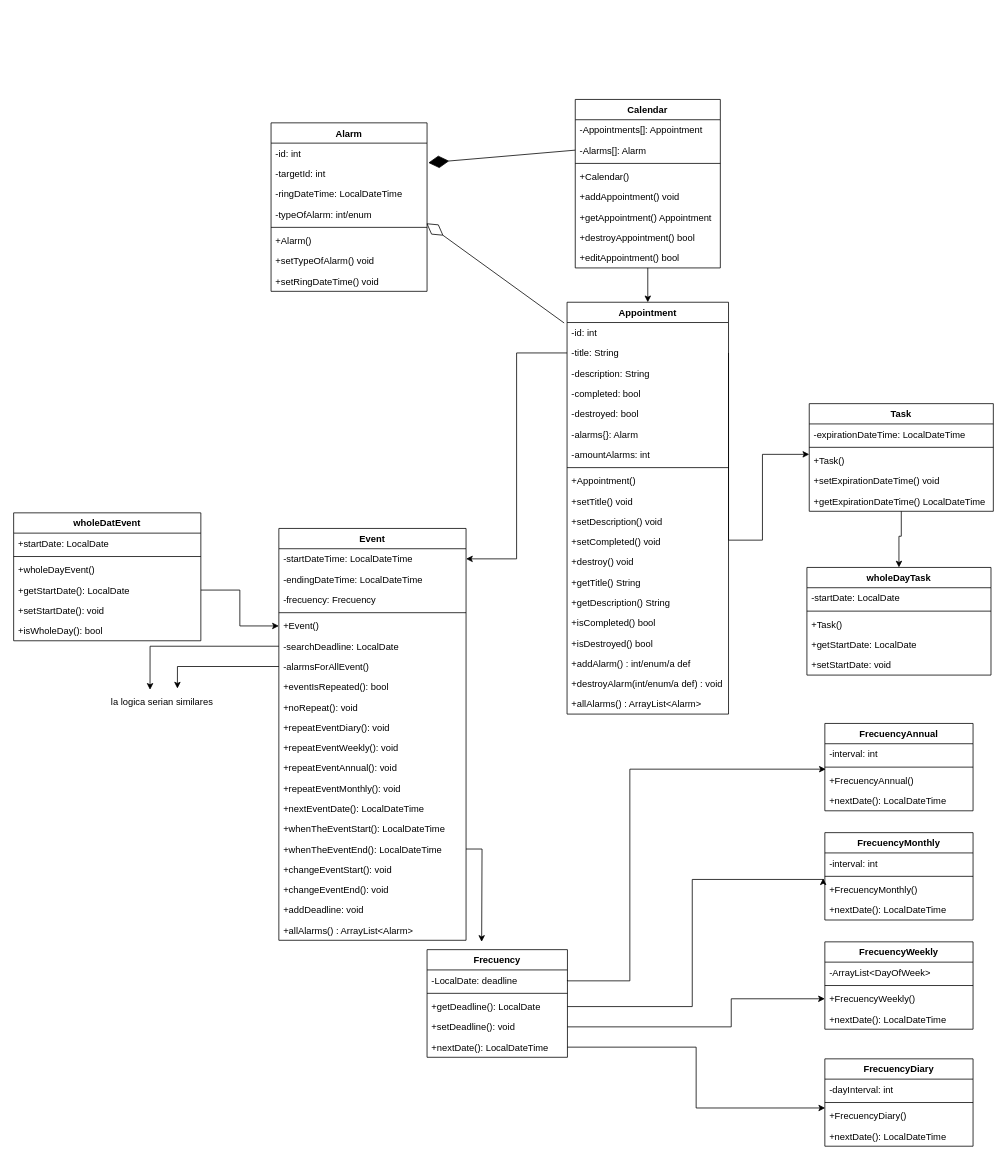
This is doc/UML-Calendar_Class_Diagram.drawio from gmenendez0/Calendar, a draw.io file, before an edit. Source tidied: cells renumbered, new cells numbered last; positions are measured from the earlier drawing's top-left corner, leaving out a move shared by most shapes. Both pictures are drawn from the tidied source at 78%, with x=0, y=0 at pixel (13, 99).
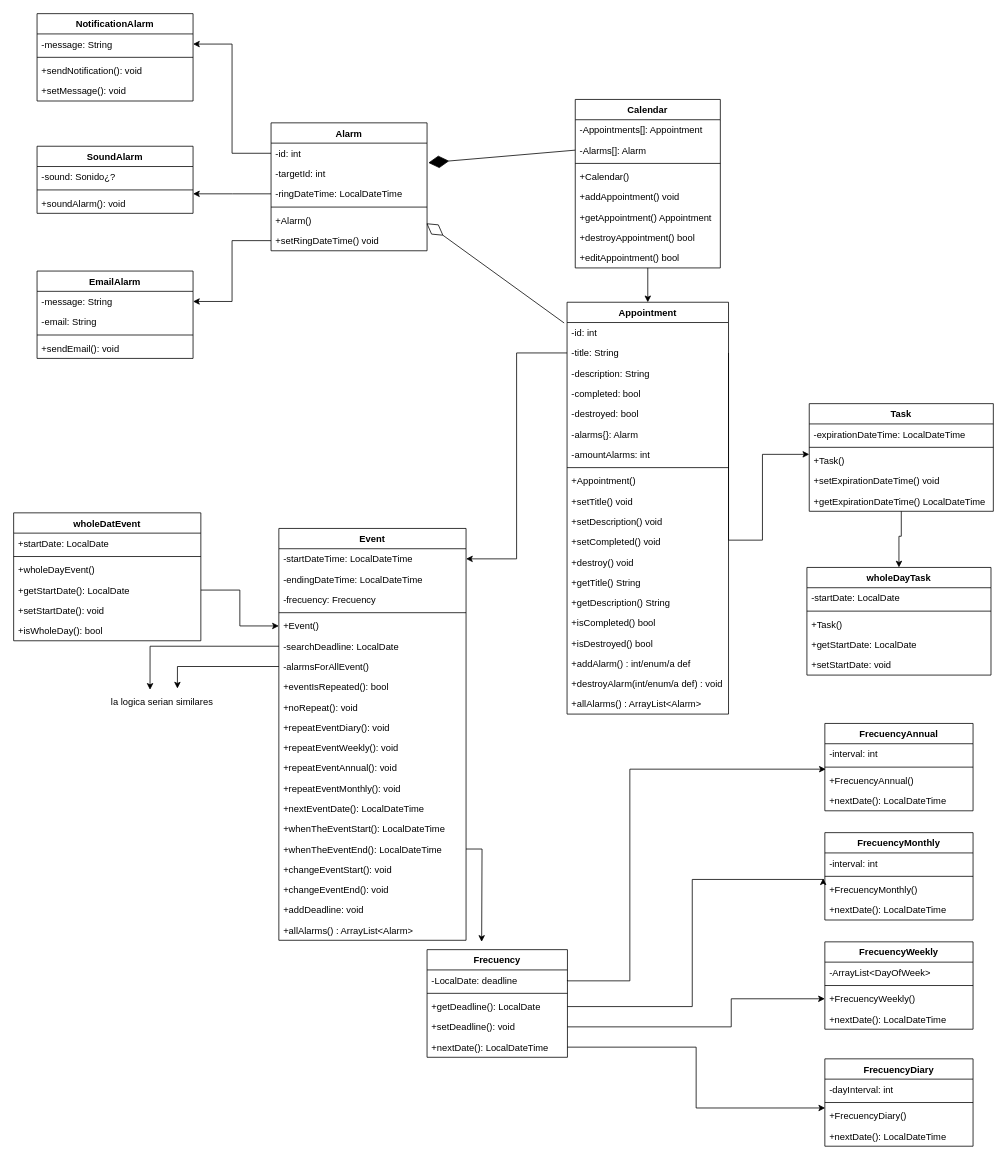
The same diagram, later.

Commit message (it also covers changes not shown here):
UML con alarmas

Unchanged cells that the change refers to:
```xml
<mxCell id="42" value="-id: int" style="text;strokeColor=none;fillColor=none;align=left;verticalAlign=top;spacingLeft=4;spacingRight=4;overflow=hidden;points=[[0,0.5],[1,0.5]];portConstraint=eastwest;" parent="41" vertex="1">
  <mxGeometry y="26" width="207" height="26" as="geometry" />
</mxCell>
<mxCell id="63" value="-id: int&#10;" style="text;strokeColor=none;fillColor=none;align=left;verticalAlign=top;spacingLeft=4;spacingRight=4;overflow=hidden;points=[[0,0.5],[1,0.5]];portConstraint=eastwest;" parent="62" vertex="1">
  <mxGeometry y="26" width="200" height="26" as="geometry" />
</mxCell>
<mxCell id="65" value="-ringDateTime: LocalDateTime" style="text;strokeColor=none;fillColor=none;align=left;verticalAlign=top;spacingLeft=4;spacingRight=4;overflow=hidden;points=[[0,0.5],[1,0.5]];portConstraint=eastwest;" parent="62" vertex="1">
  <mxGeometry y="78" width="200" height="26" as="geometry" />
</mxCell>
```

The edit, as a diff of the source:
```diff
@@
     <mxCell id="62" value="Alarm" style="swimlane;fontStyle=1;align=center;verticalAlign=top;horizontal=1;startSize=26;" parent="1" vertex="1">
-      <mxGeometry x="330" y="30" width="200" height="216" as="geometry" />
+      <mxGeometry x="330" y="30" width="200" height="164" as="geometry" />
     </mxCell>
@@
-    <mxCell id="66" value="-typeOfAlarm: int/enum" style="text;strokeColor=none;fillColor=none;align=left;verticalAlign=top;spacingLeft=4;spacingRight=4;overflow=hidden;points=[[0,0.5],[1,0.5]];portConstraint=eastwest;" parent="62" vertex="1">
-      <mxGeometry y="104" width="200" height="26" as="geometry" />
-    </mxCell>
     <mxCell id="67" style="line;strokeWidth=1;fillColor=none;align=left;verticalAlign=middle;spacingTop=-1;spacingLeft=3;spacingRight=3;labelPosition=right;strokeColor=inherit;" parent="62" vertex="1">
-      <mxGeometry y="130" width="200" height="8" as="geometry" />
+      <mxGeometry y="104" width="200" height="8" as="geometry" />
     </mxCell>
     <mxCell id="68" value="+Alarm()" style="text;strokeColor=none;fillColor=none;align=left;verticalAlign=top;spacingLeft=4;spacingRight=4;overflow=hidden;" parent="62" vertex="1">
-      <mxGeometry y="138" width="200" height="26" as="geometry" />
+      <mxGeometry y="112" width="200" height="26" as="geometry" />
     </mxCell>
-    <mxCell id="69" value="+setTypeOfAlarm() void" style="text;strokeColor=none;fillColor=none;align=left;verticalAlign=top;spacingLeft=4;spacingRight=4;overflow=hidden;" parent="62" vertex="1">
-      <mxGeometry y="164" width="200" height="26" as="geometry" />
-    </mxCell>
     <mxCell id="70" value="+setRingDateTime() void" style="text;strokeColor=none;fillColor=none;align=left;verticalAlign=top;spacingLeft=4;spacingRight=4;overflow=hidden;points=[[0,0.5],[1,0.5]];portConstraint=eastwest;" parent="62" vertex="1">
-      <mxGeometry y="190" width="200" height="26" as="geometry" />
+      <mxGeometry y="138" width="200" height="26" as="geometry" />
     </mxCell>
@@
-    <mxCell id="119" style="endArrow=diamondThin;endFill=0;endSize=24;html=1;rounded=0;exitX=-0.018;exitY=0.023;exitDx=0;exitDy=0;exitPerimeter=0;entryX=0.996;entryY=0.954;entryDx=0;entryDy=0;entryPerimeter=0;" parent="1" edge="1" source="42" target="66">
-      <mxGeometry relative="1" as="geometry" />
+    <mxCell id="119" style="endArrow=diamondThin;endFill=0;endSize=24;html=1;rounded=0;exitX=-0.018;exitY=0.023;exitDx=0;exitDy=0;exitPerimeter=0;entryX=0.996;entryY=0.954;entryDx=0;entryDy=0;entryPerimeter=0;" parent="1" edge="1" source="42">
+      <mxGeometry relative="1" as="geometry">
+        <mxPoint x="529.2" y="158.8" as="targetPoint" />
+      </mxGeometry>
     </mxCell>
@@
+    <mxCell id="123" value="NotificationAlarm" style="swimlane;fontStyle=1;align=center;verticalAlign=top;horizontal=1;startSize=26;" parent="1" vertex="1">
+      <mxGeometry x="30" y="-110" width="200" height="112" as="geometry" />
+    </mxCell>
+    <mxCell id="124" value="-message: String" style="text;strokeColor=none;fillColor=none;align=left;verticalAlign=top;spacingLeft=4;spacingRight=4;overflow=hidden;points=[[0,0.5],[1,0.5]];portConstraint=eastwest;" parent="123" vertex="1">
+      <mxGeometry y="26" width="200" height="26" as="geometry" />
+    </mxCell>
+    <mxCell id="125" style="line;strokeWidth=1;fillColor=none;align=left;verticalAlign=middle;spacingTop=-1;spacingLeft=3;spacingRight=3;labelPosition=right;strokeColor=inherit;" parent="123" vertex="1">
+      <mxGeometry y="52" width="200" height="8" as="geometry" />
+    </mxCell>
+    <mxCell id="126" value="+sendNotification(): void" style="text;strokeColor=none;fillColor=none;align=left;verticalAlign=top;spacingLeft=4;spacingRight=4;overflow=hidden;" parent="123" vertex="1">
+      <mxGeometry y="60" width="200" height="26" as="geometry" />
+    </mxCell>
+    <mxCell id="127" value="+setMessage(): void" style="text;strokeColor=none;fillColor=none;align=left;verticalAlign=top;spacingLeft=4;spacingRight=4;overflow=hidden;" parent="123" vertex="1">
+      <mxGeometry y="86" width="200" height="26" as="geometry" />
+    </mxCell>
+    <mxCell id="128" value="SoundAlarm" style="swimlane;fontStyle=1;align=center;verticalAlign=top;horizontal=1;startSize=26;" parent="1" vertex="1">
+      <mxGeometry x="30" y="60" width="200" height="86" as="geometry" />
+    </mxCell>
+    <mxCell id="129" value="-sound: Sonido¿?" style="text;strokeColor=none;fillColor=none;align=left;verticalAlign=top;spacingLeft=4;spacingRight=4;overflow=hidden;" parent="128" vertex="1">
+      <mxGeometry y="26" width="200" height="26" as="geometry" />
+    </mxCell>
+    <mxCell id="130" style="line;strokeWidth=1;fillColor=none;align=left;verticalAlign=middle;spacingTop=-1;spacingLeft=3;spacingRight=3;labelPosition=right;strokeColor=inherit;" parent="128" vertex="1">
+      <mxGeometry y="52" width="200" height="8" as="geometry" />
+    </mxCell>
+    <mxCell id="131" value="+soundAlarm(): void" style="text;strokeColor=none;fillColor=none;align=left;verticalAlign=top;spacingLeft=4;spacingRight=4;overflow=hidden;" parent="128" vertex="1">
+      <mxGeometry y="60" width="200" height="26" as="geometry" />
+    </mxCell>
+    <mxCell id="132" value="EmailAlarm" style="swimlane;fontStyle=1;align=center;verticalAlign=top;horizontal=1;startSize=26;" parent="1" vertex="1">
+      <mxGeometry x="30" y="220" width="200" height="112" as="geometry" />
+    </mxCell>
+    <mxCell id="133" value="-message: String" style="text;strokeColor=none;fillColor=none;align=left;verticalAlign=top;spacingLeft=4;spacingRight=4;overflow=hidden;points=[[0,0.5],[1,0.5]];portConstraint=eastwest;" parent="132" vertex="1">
+      <mxGeometry y="26" width="200" height="26" as="geometry" />
+    </mxCell>
+    <mxCell id="134" value="-email: String" style="text;strokeColor=none;fillColor=none;align=left;verticalAlign=top;spacingLeft=4;spacingRight=4;overflow=hidden;" parent="132" vertex="1">
+      <mxGeometry y="52" width="200" height="26" as="geometry" />
+    </mxCell>
+    <mxCell id="135" style="line;strokeWidth=1;fillColor=none;align=left;verticalAlign=middle;spacingTop=-1;spacingLeft=3;spacingRight=3;labelPosition=right;strokeColor=inherit;" parent="132" vertex="1">
+      <mxGeometry y="78" width="200" height="8" as="geometry" />
+    </mxCell>
+    <mxCell id="136" value="+sendEmail(): void" style="text;strokeColor=none;fillColor=none;align=left;verticalAlign=top;spacingLeft=4;spacingRight=4;overflow=hidden;" parent="132" vertex="1">
+      <mxGeometry y="86" width="200" height="26" as="geometry" />
+    </mxCell>
+    <mxCell id="137" style="edgeStyle=orthogonalEdgeStyle;rounded=0;jettySize=auto;html=1;exitX=0;exitY=0.5;exitDx=0;exitDy=0;entryX=1;entryY=0.5;entryDx=0;entryDy=0;" parent="1" edge="1" source="63" target="124">
+      <mxGeometry relative="1" as="geometry" />
+    </mxCell>
+    <mxCell id="138" style="edgeStyle=orthogonalEdgeStyle;rounded=0;jettySize=auto;html=1;exitX=0;exitY=0.5;exitDx=0;exitDy=0;" parent="1" edge="1" source="65">
+      <mxGeometry relative="1" as="geometry">
+        <mxPoint x="230" y="121" as="targetPoint" />
+      </mxGeometry>
+    </mxCell>
+    <mxCell id="139" style="edgeStyle=orthogonalEdgeStyle;rounded=0;jettySize=auto;html=1;exitX=0;exitY=0.5;exitDx=0;exitDy=0;" parent="1" edge="1" source="70" target="133">
+      <mxGeometry relative="1" as="geometry" />
+    </mxCell>
```
